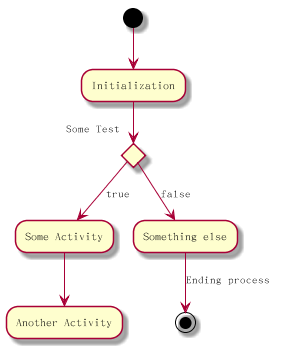
Earlier version of the PlantUML export draw/plantuml/activity/activity04.png (lsytj0413/learn-note).
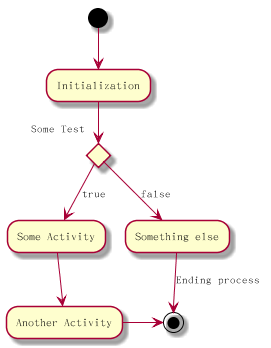
The same file after the commit.

The edit, as a diff of the source:
```diff
@@ -5,6 +5,7 @@
 if "Some Test" then
 -->[true] "Some Activity"
 --> "Another Activity"
+-right-> (*)
 else
 -->[false] "Something else"
 -->[Ending process] (*)
```
